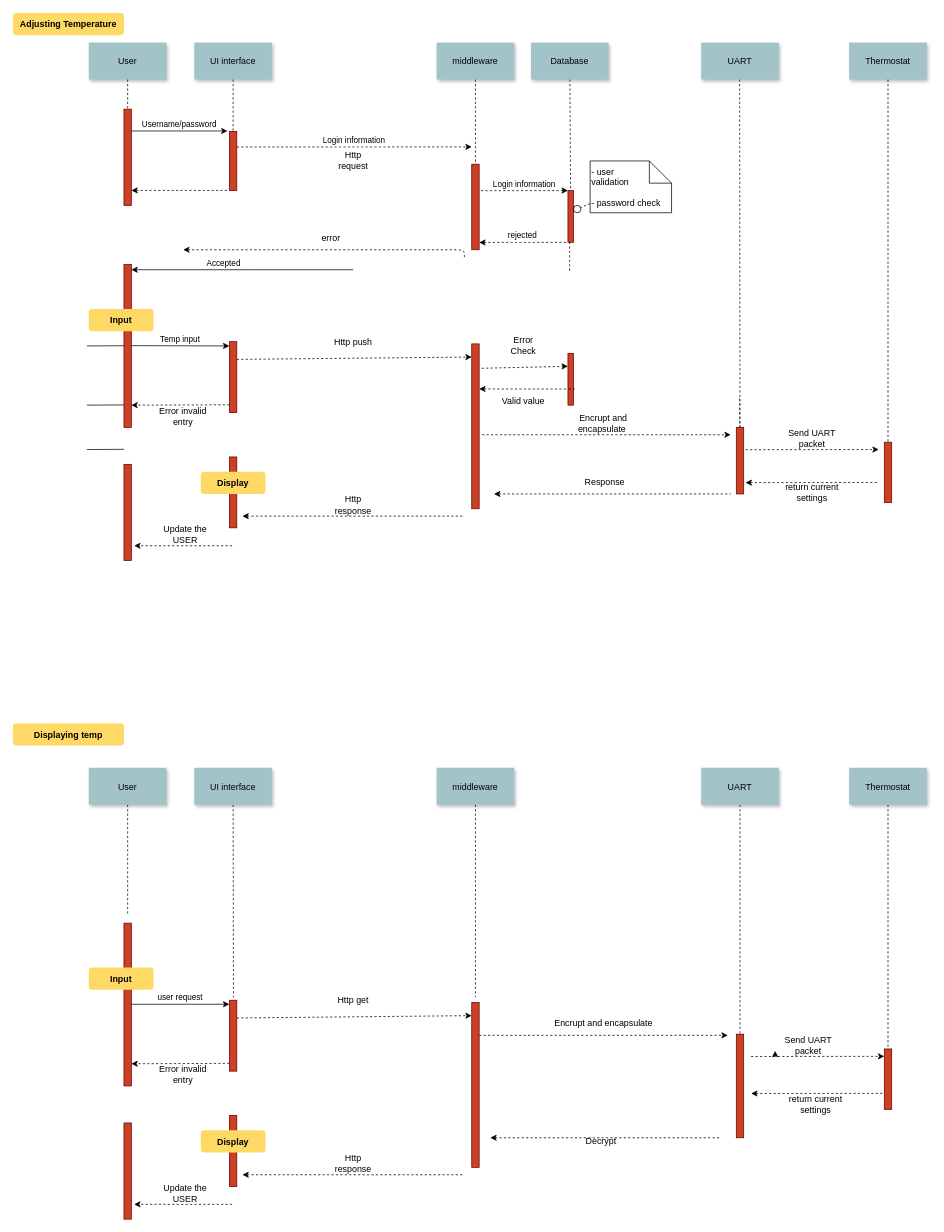
Above: smart_thermostat/Design_docs/thermostat_sequence.drawio in Amruthchief/343 (draw.io), before the change. Source tidied: cells renumbered, new cells numbered last; positions are measured from the earlier drawing's top-left corner, leaving out a move shared by most shapes. Both pictures are drawn from the tidied source at 74%, with x=0, y=0 at pixel (13, 13).
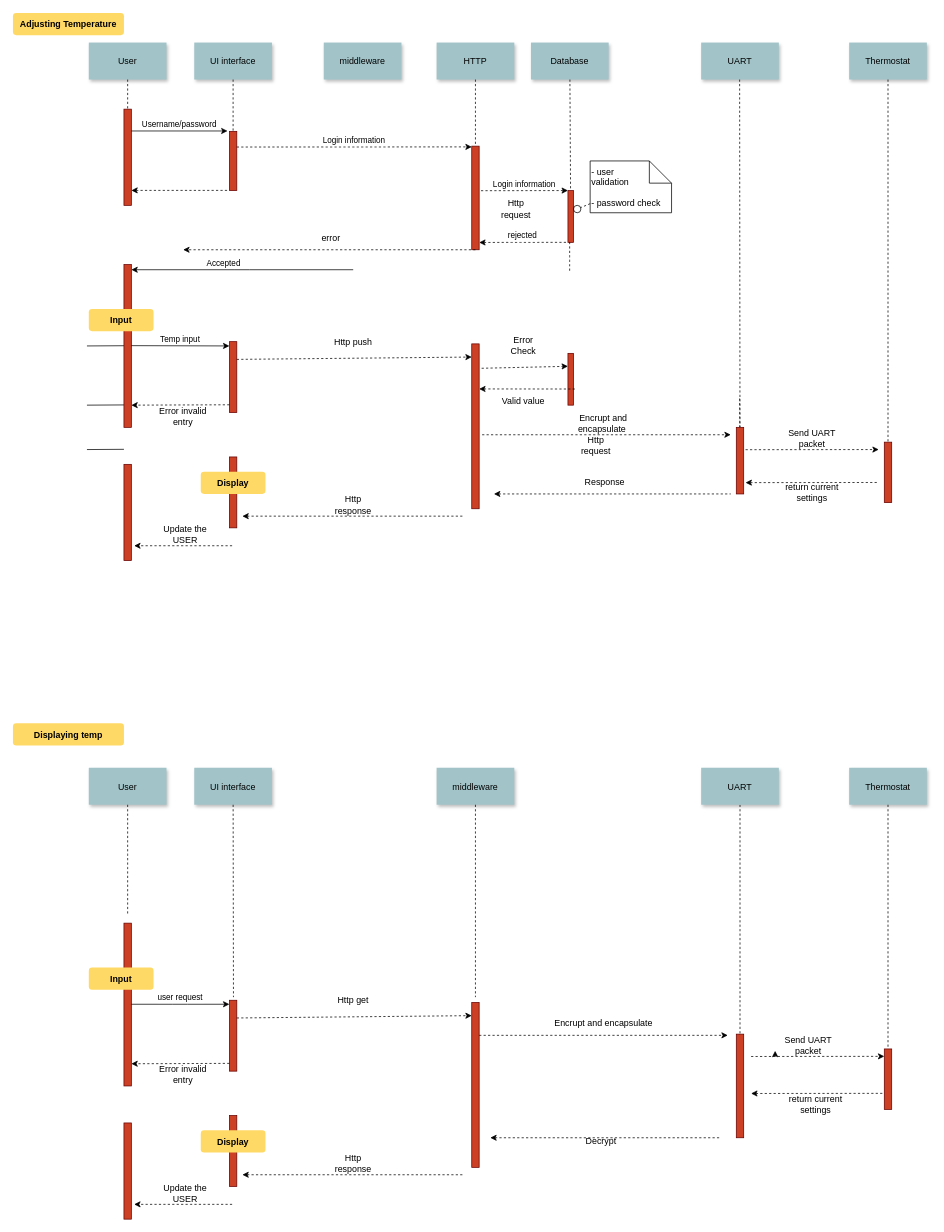
The same diagram, later.

Commit message (it also covers changes not shown here):
Adding http code

Change to the diagram source:
```diff
@@
     <mxCell id="10" style="fillColor=#CC4125;strokeColor=#660000;" parent="1" vertex="1">
-      <mxGeometry x="620" y="204.4" width="10" height="115.6" as="geometry" />
+      <mxGeometry x="620" y="180" width="10" height="140" as="geometry" />
     </mxCell>
-    <mxCell id="11" value="middleware" style="shadow=1;fillColor=#A2C4C9;strokeColor=none;" parent="1" vertex="1">
+    <mxCell id="11" value="HTTP" style="shadow=1;fillColor=#A2C4C9;strokeColor=none;" parent="1" vertex="1">
       <mxGeometry x="572.5" y="40" width="105" height="50" as="geometry" />
     </mxCell>
@@
-    <mxCell id="16" style="edgeStyle=elbowEdgeStyle;elbow=vertical;dashed=1;verticalLabelPosition=bottom;verticalAlign=top;" parent="1" edge="1">
+    <mxCell id="16" style="edgeStyle=elbowEdgeStyle;elbow=vertical;dashed=1;verticalLabelPosition=bottom;verticalAlign=top;exitX=0.5;exitY=1;exitDx=0;exitDy=0;" parent="1" edge="1" source="10">
       <mxGeometry x="550" y="280" as="geometry">
-        <mxPoint x="610" y="330" as="sourcePoint" />
         <mxPoint x="230" y="320" as="targetPoint" />
         <Array as="points">
           <mxPoint x="270" y="320" />
           <mxPoint x="533" y="358" />
         </Array>
       </mxGeometry>
     </mxCell>
@@
     <mxCell id="39" value="Http request" style="text;html=1;align=center;verticalAlign=middle;whiteSpace=wrap;rounded=0;" parent="1" vertex="1">
-      <mxGeometry x="430" y="185" width="60" height="30" as="geometry" />
+      <mxGeometry x="650" y="250" width="60" height="30" as="geometry" />
     </mxCell>
@@
+    <mxCell id="106" value="Http request" style="text;html=1;align=center;verticalAlign=middle;whiteSpace=wrap;rounded=0;" parent="1" vertex="1">
+      <mxGeometry x="757.5" y="570" width="60" height="30" as="geometry" />
+    </mxCell>
+    <mxCell id="107" value="middleware" style="shadow=1;fillColor=#A2C4C9;strokeColor=none;" parent="1" vertex="1">
+      <mxGeometry x="420" y="40" width="105" height="50" as="geometry" />
+    </mxCell>
```
